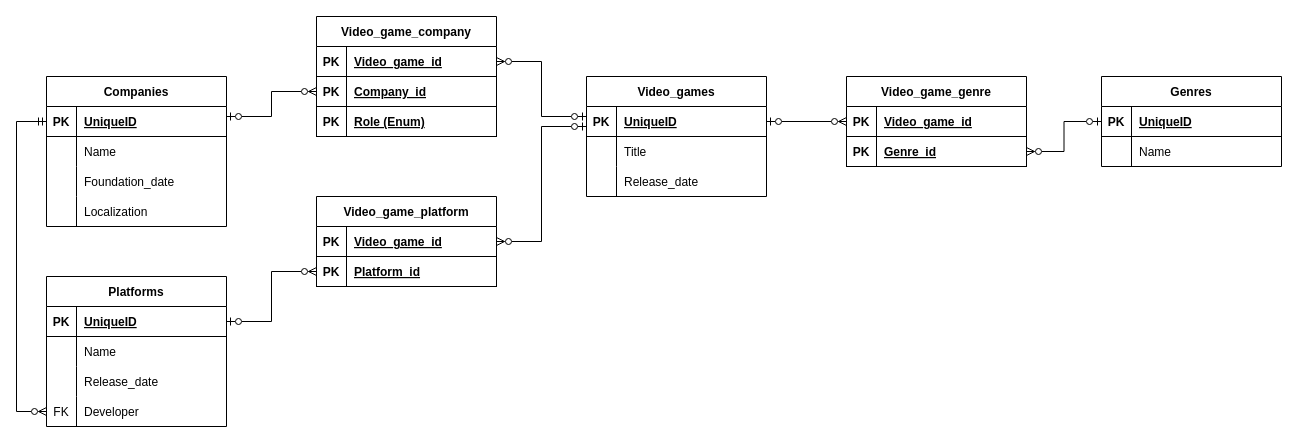
Earlier version of the draw.io diagram backend/model/src/main/resources/MyVideogameListDBSchema.drawio (Froxteer/MyVideogameList). Source tidied: cells renumbered, new cells numbered last; positions are measured from the earlier drawing's top-left corner, leaving out a move shared by most shapes. Both pictures are drawn from the tidied source at 100%, with x=0, y=0 at pixel (16, 16).
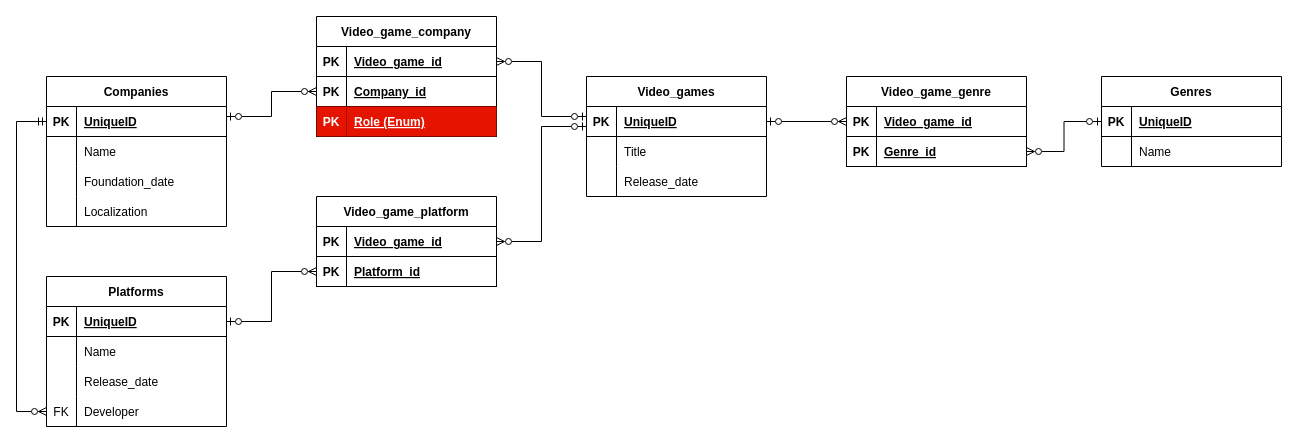
Above is the later version.

The change refers to these unchanged cells:
```xml
<mxCell id="48" style="shape=tableRow;horizontal=0;startSize=0;swimlaneHead=0;swimlaneBody=0;fillColor=none;top=0;left=0;right=0;bottom=1;" parent="41" vertex="1">
  <mxGeometry y="90" width="180" height="30" as="geometry" />
</mxCell>
```

The edit, as a diff of the source:
```diff
@@
-    <mxCell id="49" value="PK" style="shape=partialRectangle;fillColor=none;top=0;left=0;bottom=0;right=0;fontStyle=1;overflow=hidden;" parent="48" vertex="1">
+    <mxCell id="49" value="PK" style="shape=partialRectangle;fillColor=#e51400;top=0;left=0;bottom=0;right=0;fontStyle=1;overflow=hidden;fontColor=#ffffff;strokeColor=#B20000;" parent="48" vertex="1">
       <mxGeometry width="30" height="30" as="geometry" />
     </mxCell>
-    <mxCell id="50" value="Role (Enum)" style="shape=partialRectangle;fillColor=none;top=0;left=0;bottom=0;right=0;align=left;spacingLeft=6;fontStyle=5;overflow=hidden;" parent="48" vertex="1">
+    <mxCell id="50" value="Role (Enum)" style="shape=partialRectangle;fillColor=#e51400;top=0;left=0;bottom=0;right=0;align=left;spacingLeft=6;fontStyle=5;overflow=hidden;fontColor=#ffffff;strokeColor=#B20000;" parent="48" vertex="1">
       <mxGeometry x="30" width="150" height="30" as="geometry" />
     </mxCell>
```
